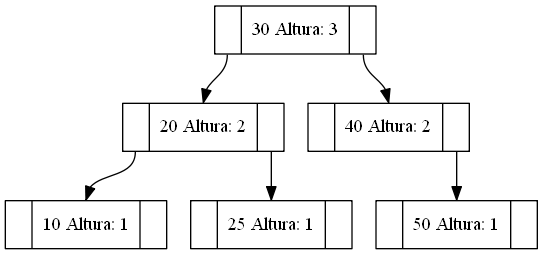
Earlier version of the Graphviz export USACLibrary/ArbolAVL.png (ChrisUSAC/EDD_1S2020_PY2_201709272). Its source is kept beside it as USACLibrary/ArbolAVL.dot.
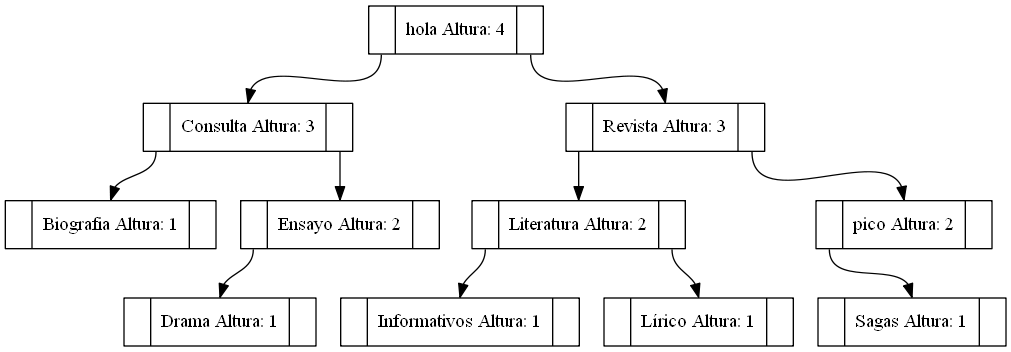
The same diagram one commit later.

Change to the diagram source:
```diff
@@ -1,29 +1,49 @@
 digraph G
 {
         node [shape = record];
-node30 [ label ="<f0> | <f1>30
+nodehola [ label ="<f0> | <f1>hola
+ Altura: 4
+ | <f2> "];
+nodeConsulta [ label ="<f0> | <f1>Consulta
  Altura: 3
  | <f2> "];
-node20 [ label ="<f0> | <f1>20
+nodeBiografia [ label ="<f0> | <f1>Biografia
+ Altura: 1
+ | <f2> "];
+nodeEnsayo [ label ="<f0> | <f1>Ensayo
  Altura: 2
  | <f2> "];
-node10 [ label ="<f0> | <f1>10
+nodeDrama [ label ="<f0> | <f1>Drama
  Altura: 1
  | <f2> "];
-node25 [ label ="<f0> | <f1>25
+nodeRevista [ label ="<f0> | <f1>Revista
+ Altura: 3
+ | <f2> "];
+nodeLiteratura [ label ="<f0> | <f1>Literatura
+ Altura: 2
+ | <f2> "];
+nodeInformativos [ label ="<f0> | <f1>Informativos
  Altura: 1
  | <f2> "];
-node40 [ label ="<f0> | <f1>40
+nodeLírico [ label ="<f0> | <f1>Lírico
+ Altura: 1
+ | <f2> "];
+nodeÉpico [ label ="<f0> | <f1>Épico
  Altura: 2
  | <f2> "];
-node50 [ label ="<f0> | <f1>50
+nodeSagas [ label ="<f0> | <f1>Sagas
  Altura: 1
  | <f2> "];
 
-"node30":f0 -> "node20":f1;
-"node30":f2 -> "node40":f1;
-"node20":f0 -> "node10":f1;
-"node20":f2 -> "node25":f1;
-"node40":f2 -> "node50":f1;
+"nodehola":f0 -> "nodeConsulta":f1;
+"nodehola":f2 -> "nodeRevista":f1;
+"nodeConsulta":f0 -> "nodeBiografia":f1;
+"nodeConsulta":f2 -> "nodeEnsayo":f1;
+"nodeEnsayo":f0 -> "nodeDrama":f1;
+"nodeRevista":f0 -> "nodeLiteratura":f1;
+"nodeRevista":f2 -> "nodeÉpico":f1;
+"nodeLiteratura":f0 -> "nodeInformativos":f1;
+"nodeLiteratura":f2 -> "nodeLírico":f1;
+"nodeÉpico":f0 -> "nodeSagas":f1;
 
 }
```
